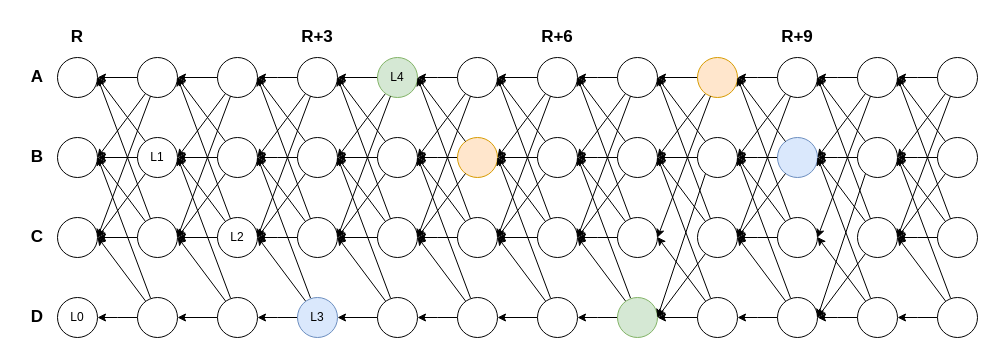
The draw.io diagram Untitled Diagram.drawio in asonnino/various-diagrams, before the edit. Source tidied: cells renumbered, new cells numbered last; positions are measured from the earlier drawing's top-left corner, leaving out a move shared by most shapes. Both pictures are drawn from the tidied source at 100%, with x=0, y=0 at pixel (17, 17).
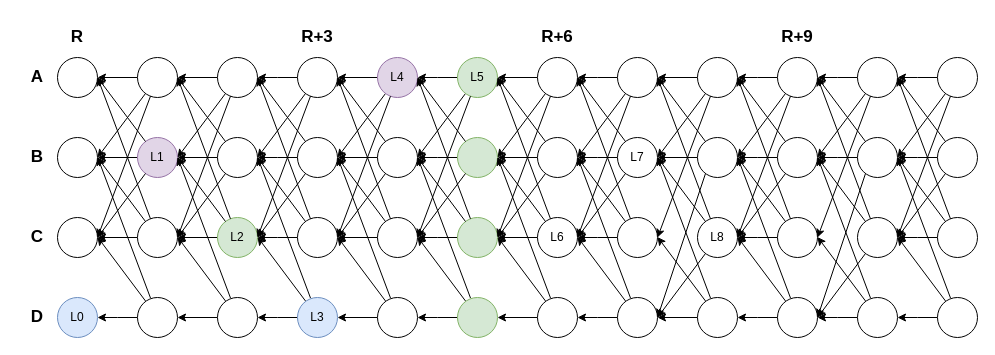
After the change.

Diff of the diagram source:
```diff
@@
-    <mxCell id="8" value="L0" style="ellipse;whiteSpace=wrap;html=1;" parent="1" vertex="1">
+    <mxCell id="8" value="L0" style="ellipse;whiteSpace=wrap;html=1;fillColor=#dae8fc;strokeColor=#6c8ebf;" parent="1" vertex="1">
       <mxGeometry x="40" y="280" width="40" height="40" as="geometry" />
     </mxCell>
@@
-    <mxCell id="14" value="L1" style="ellipse;whiteSpace=wrap;html=1;" parent="1" vertex="1">
+    <mxCell id="14" value="L1" style="ellipse;whiteSpace=wrap;html=1;fillColor=#e1d5e7;strokeColor=#9673a6;" parent="1" vertex="1">
       <mxGeometry x="120" y="120" width="40" height="40" as="geometry" />
     </mxCell>
@@
-    <mxCell id="35" value="L2" style="ellipse;whiteSpace=wrap;html=1;" parent="1" vertex="1">
+    <mxCell id="35" value="L2" style="ellipse;whiteSpace=wrap;html=1;fillColor=#d5e8d4;strokeColor=#82b366;" parent="1" vertex="1">
       <mxGeometry x="200" y="200" width="40" height="40" as="geometry" />
     </mxCell>
@@
-    <mxCell id="63" value="L4" style="ellipse;whiteSpace=wrap;html=1;fillColor=#d5e8d4;strokeColor=#82b366;" parent="1" vertex="1">
+    <mxCell id="63" value="L4" style="ellipse;whiteSpace=wrap;html=1;fillColor=#e1d5e7;strokeColor=#9673a6;" parent="1" vertex="1">
       <mxGeometry x="360" y="40" width="40" height="40" as="geometry" />
     </mxCell>
@@
-    <mxCell id="79" style="ellipse;whiteSpace=wrap;html=1;" parent="1" vertex="1">
+    <mxCell id="79" value="L5" style="ellipse;whiteSpace=wrap;html=1;fillColor=#d5e8d4;strokeColor=#82b366;" parent="1" vertex="1">
       <mxGeometry x="440" y="40" width="40" height="40" as="geometry" />
     </mxCell>
@@
-    <mxCell id="81" style="ellipse;whiteSpace=wrap;html=1;fillColor=#ffe6cc;strokeColor=#d79b00;" parent="1" vertex="1">
+    <mxCell id="81" style="ellipse;whiteSpace=wrap;html=1;fillColor=#d5e8d4;strokeColor=#82b366;" parent="1" vertex="1">
       <mxGeometry x="440" y="120" width="40" height="40" as="geometry" />
     </mxCell>
@@
-    <mxCell id="83" style="ellipse;whiteSpace=wrap;html=1;" parent="1" vertex="1">
+    <mxCell id="83" style="ellipse;whiteSpace=wrap;html=1;fillColor=#d5e8d4;strokeColor=#82b366;" parent="1" vertex="1">
       <mxGeometry x="440" y="200" width="40" height="40" as="geometry" />
     </mxCell>
@@
-    <mxCell id="85" style="ellipse;whiteSpace=wrap;html=1;" parent="1" vertex="1">
+    <mxCell id="85" style="ellipse;whiteSpace=wrap;html=1;fillColor=#d5e8d4;strokeColor=#82b366;" parent="1" vertex="1">
       <mxGeometry x="440" y="280" width="40" height="40" as="geometry" />
     </mxCell>
@@
-    <mxCell id="99" style="ellipse;whiteSpace=wrap;html=1;" parent="1" vertex="1">
+    <mxCell id="99" value="L6" style="ellipse;whiteSpace=wrap;html=1;" parent="1" vertex="1">
       <mxGeometry x="520" y="200" width="40" height="40" as="geometry" />
     </mxCell>
@@
-    <mxCell id="113" style="ellipse;whiteSpace=wrap;html=1;" parent="1" vertex="1">
+    <mxCell id="113" value="L7" style="ellipse;whiteSpace=wrap;html=1;" parent="1" vertex="1">
       <mxGeometry x="600" y="120" width="40" height="40" as="geometry" />
     </mxCell>
@@
-    <mxCell id="117" style="ellipse;whiteSpace=wrap;html=1;fillColor=#d5e8d4;strokeColor=#82b366;" parent="1" vertex="1">
+    <mxCell id="117" style="ellipse;whiteSpace=wrap;html=1;" parent="1" vertex="1">
       <mxGeometry x="600" y="280" width="40" height="40" as="geometry" />
     </mxCell>
@@
-    <mxCell id="127" style="ellipse;whiteSpace=wrap;html=1;fillColor=#ffe6cc;strokeColor=#d79b00;" parent="1" vertex="1">
+    <mxCell id="127" style="ellipse;whiteSpace=wrap;html=1;" parent="1" vertex="1">
       <mxGeometry x="680" y="40" width="40" height="40" as="geometry" />
     </mxCell>
@@
-    <mxCell id="131" style="ellipse;whiteSpace=wrap;html=1;" parent="1" vertex="1">
+    <mxCell id="131" value="L8" style="ellipse;whiteSpace=wrap;html=1;" parent="1" vertex="1">
       <mxGeometry x="680" y="200" width="40" height="40" as="geometry" />
     </mxCell>
@@
-    <mxCell id="145" style="ellipse;whiteSpace=wrap;html=1;fillColor=#dae8fc;strokeColor=#6c8ebf;" parent="1" vertex="1">
+    <mxCell id="145" style="ellipse;whiteSpace=wrap;html=1;" parent="1" vertex="1">
       <mxGeometry x="760" y="120" width="40" height="40" as="geometry" />
     </mxCell>
```
